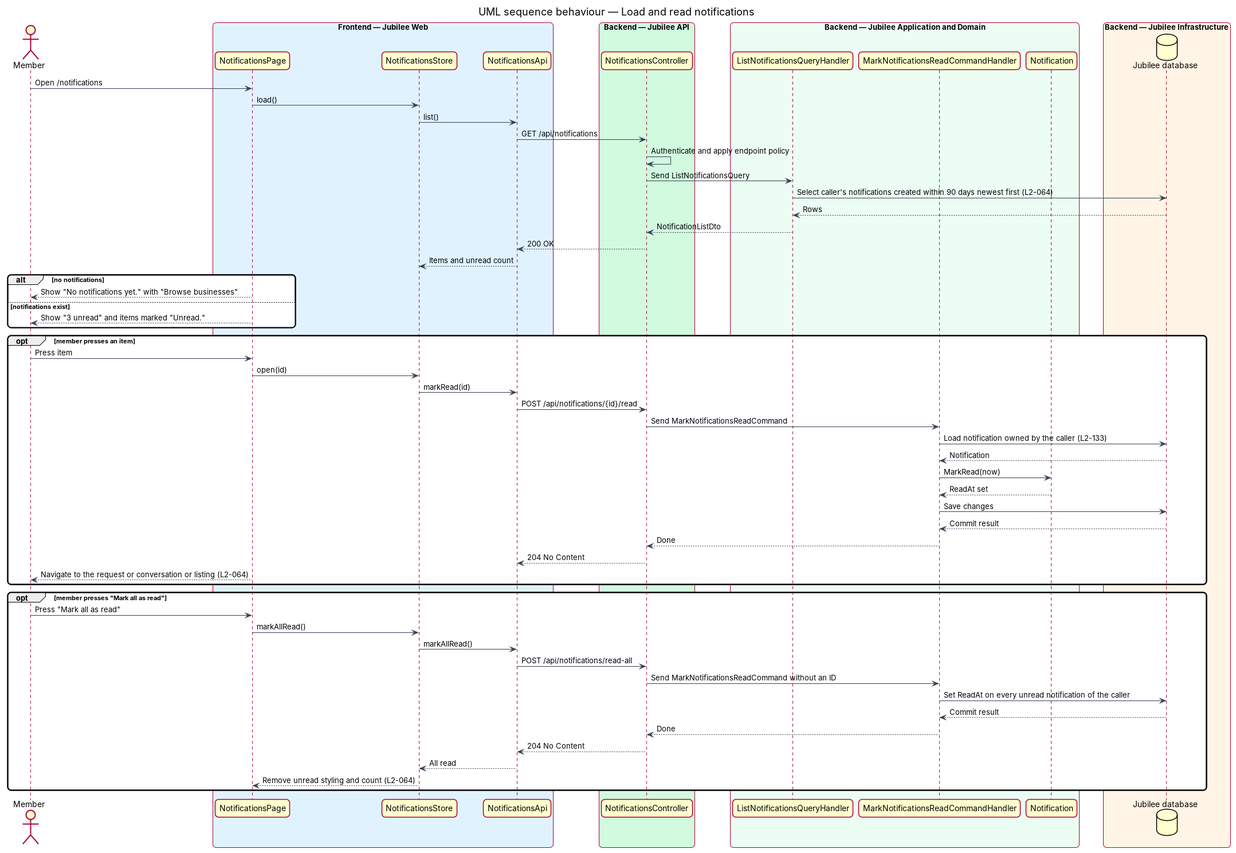
The PlantUML diagram docs/detailed-designs/notifications/view-notification-centre/diagrams/sequence-load-and-read-notifications.png in QuinntyneBrown/jubilee, before a commit. Its source is kept beside it as docs/detailed-designs/notifications/view-notification-centre/diagrams/sequence-load-and-read-notifications.puml.
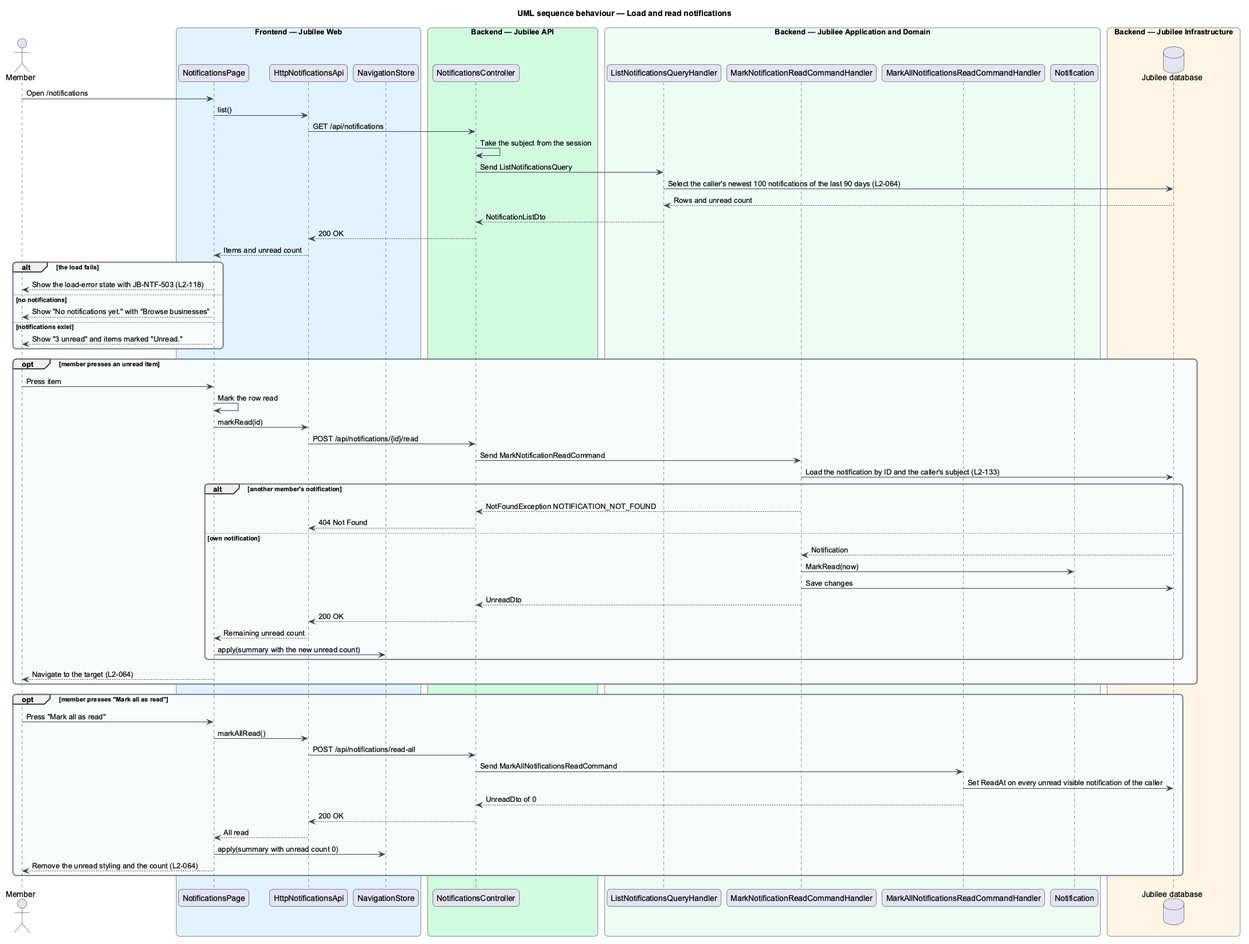
Above is the later version.

The edit, as a diff of the source:
```diff
@@ -17,63 +17,69 @@
 actor "Member" as member
 box "Frontend — Jubilee Web" #E0F2FE
   participant "NotificationsPage" as page
-  participant "NotificationsStore" as store
-  participant "NotificationsApi" as client
+  participant "HttpNotificationsApi" as client
+  participant "NavigationStore" as nav
 end box
 box "Backend — Jubilee API" #D1FADF
   participant "NotificationsController" as controller
 end box
 box "Backend — Jubilee Application and Domain" #ECFDF3
   participant "ListNotificationsQueryHandler" as list
-  participant "MarkNotificationsReadCommandHandler" as mark
+  participant "MarkNotificationReadCommandHandler" as mark
+  participant "MarkAllNotificationsReadCommandHandler" as markall
   participant "Notification" as entity
 end box
 box "Backend — Jubilee Infrastructure" #FFF4E5
   database "Jubilee database" as db
 end box
 member -> page : Open /notifications
-page -> store : load()
-store -> client : list()
+page -> client : list()
 client -> controller : GET /api/notifications
-controller -> controller : Authenticate and apply endpoint policy
+controller -> controller : Take the subject from the session
 controller -> list : Send ListNotificationsQuery
-list -> db : Select caller's notifications created within 90 days newest first (L2-064)
-db --> list : Rows
+list -> db : Select the caller's newest 100 notifications of the last 90 days (L2-064)
+db --> list : Rows and unread count
 list --> controller : NotificationListDto
 controller --> client : 200 OK
-client --> store : Items and unread count
-alt no notifications
+client --> page : Items and unread count
+alt the load fails
+  page --> member : Show the load-error state with JB-NTF-503 (L2-118)
+else no notifications
   page --> member : Show "No notifications yet." with "Browse businesses"
 else notifications exist
   page --> member : Show "3 unread" and items marked "Unread."
 end
-opt member presses an item
+opt member presses an unread item
   member -> page : Press item
-  page -> store : open(id)
-  store -> client : markRead(id)
+  page -> page : Mark the row read
+  page -> client : markRead(id)
   client -> controller : POST /api/notifications/{id}/read
-  controller -> mark : Send MarkNotificationsReadCommand
-  mark -> db : Load notification owned by the caller (L2-133)
-  db --> mark : Notification
-  mark -> entity : MarkRead(now)
-  entity --> mark : ReadAt set
-  mark -> db : Save changes
-  db --> mark : Commit result
-  mark --> controller : Done
-  controller --> client : 204 No Content
-  page --> member : Navigate to the request or conversation or listing (L2-064)
+  controller -> mark : Send MarkNotificationReadCommand
+  mark -> db : Load the notification by ID and the caller's subject (L2-133)
+  alt another member's notification
+    mark --> controller : NotFoundException NOTIFICATION_NOT_FOUND
+    controller --> client : 404 Not Found
+  else own notification
+    db --> mark : Notification
+    mark -> entity : MarkRead(now)
+    mark -> db : Save changes
+    mark --> controller : UnreadDto
+    controller --> client : 200 OK
+    client --> page : Remaining unread count
+    page -> nav : apply(summary with the new unread count)
+  end
+  page --> member : Navigate to the target (L2-064)
 end
 opt member presses "Mark all as read"
   member -> page : Press "Mark all as read"
-  page -> store : markAllRead()
-  store -> client : markAllRead()
+  page -> client : markAllRead()
   client -> controller : POST /api/notifications/read-all
-  controller -> mark : Send MarkNotificationsReadCommand without an ID
-  mark -> db : Set ReadAt on every unread notification of the caller
-  db --> mark : Commit result
-  mark --> controller : Done
-  controller --> client : 204 No Content
-  client --> store : All read
-  store --> page : Remove unread styling and count (L2-064)
+  controller -> markall : Send MarkAllNotificationsReadCommand
+  markall -> db : Set ReadAt on every unread visible notification of the caller
+  markall --> controller : UnreadDto of 0
+  controller --> client : 200 OK
+  client --> page : All read
+  page -> nav : apply(summary with unread count 0)
+  page --> member : Remove the unread styling and the count (L2-064)
 end
 @enduml
```
